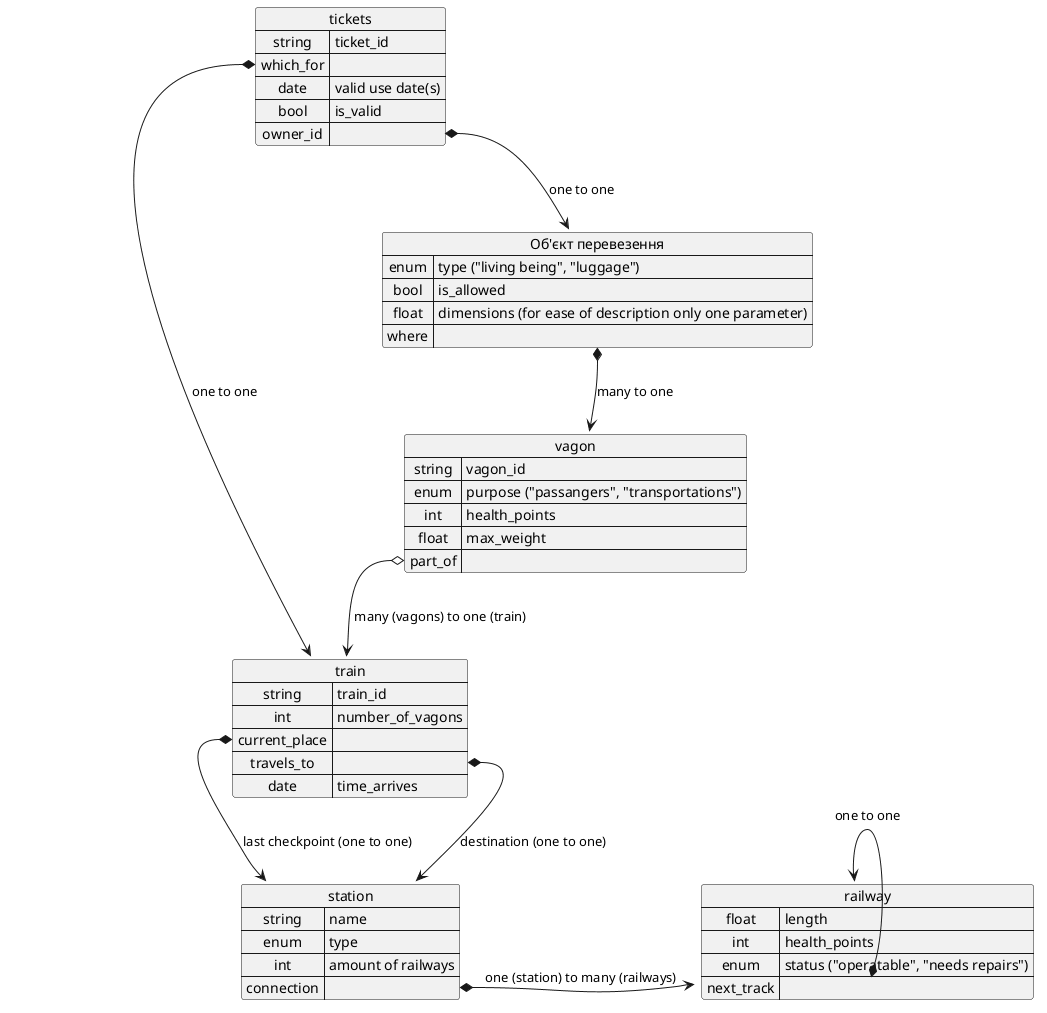
Earlier version of the PlantUML export lab1/plantUML.png (quitefoggy/monkey_fell_in_love). Source of this version:
```plantuml
@startuml
map railway{
    float => track_width
    float => length
    int => health_points
    enum => status ("operatable", "needs repairs")
    next_track =>
}
map station{
    string => name
    enum => type
    int => amount of railways
    connection =>
}
map train {
    string => train_id
    int => number_of_vagons
    current_place =>
    travels_to =>
    date => time_departs
    date => time_arrives
}
map "Об'єкт перевезення" as object_of_transport{
    enum => type ("living being", "luggage")
    bool => is_allowed
    float => weight
    float => dimensions (for ease of description only one parameter)
    where =>
}
map vagon{
    string => vagon_id
    enum => purpose ("passangers", "transportations")
    int => health_points
    float => track_width
    float => max_weight
    part_of =>
}

map tickets {
    string => ticket_id
    which_for =>
    date => valid use date(s)
    bool => is_valid
    owner_id =>
}

railway::next_track *-> railway : one to one
station::connection *-> railway : one (station) to many (railways)
train::current_place *--> station : last checkpoint (one to one)
train::travels_to *--> station : destination (one to one)
vagon::part_of o--> train : many (vagons) to one (train)
object_of_transport::where *--> vagon : many to one
tickets::which_for *-> train : one to one
tickets::owner_id *--> object_of_transport : one to one

@enduml
```
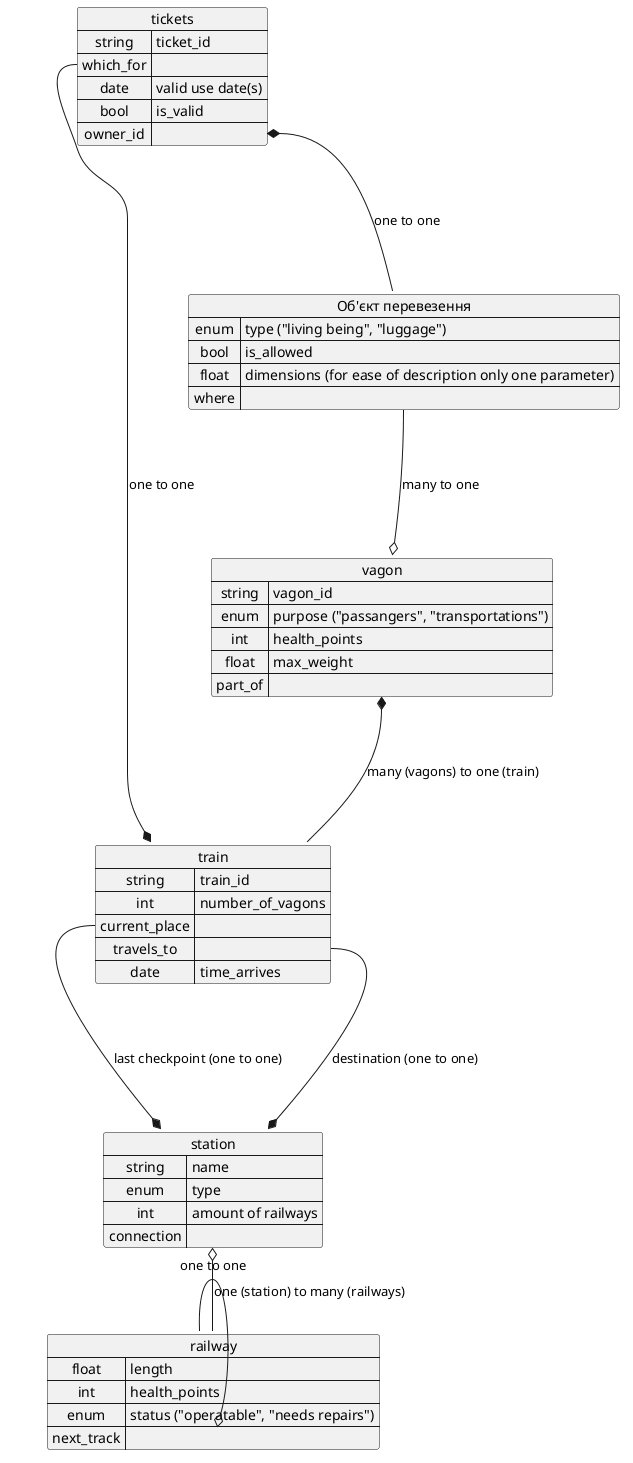
After the change.

Commit message:
fixed aggregation in lab1

What changed in the source:
```diff
@@ -44,13 +44,13 @@
     owner_id =>
 }
 
-railway::next_track *-> railway : one to one
-station::connection *-> railway : one (station) to many (railways)
-train::current_place *--> station : last checkpoint (one to one)
-train::travels_to *--> station : destination (one to one)
-vagon::part_of o--> train : many (vagons) to one (train)
-object_of_transport::where *--> vagon : many to one
-tickets::which_for *-> train : one to one
-tickets::owner_id *--> object_of_transport : one to one
+railway::next_track o-- railway : one to one
+station::connection o-- railway : one (station) to many (railways)
+train::current_place ---* station : last checkpoint (one to one)
+train::travels_to ---* station : destination (one to one)
+vagon::part_of *--- train : many (vagons) to one (train)
+object_of_transport::where ---o vagon : many to one
+tickets::which_for --* train : one to one
+tickets::owner_id *--- object_of_transport : one to one
 
 @enduml
```
